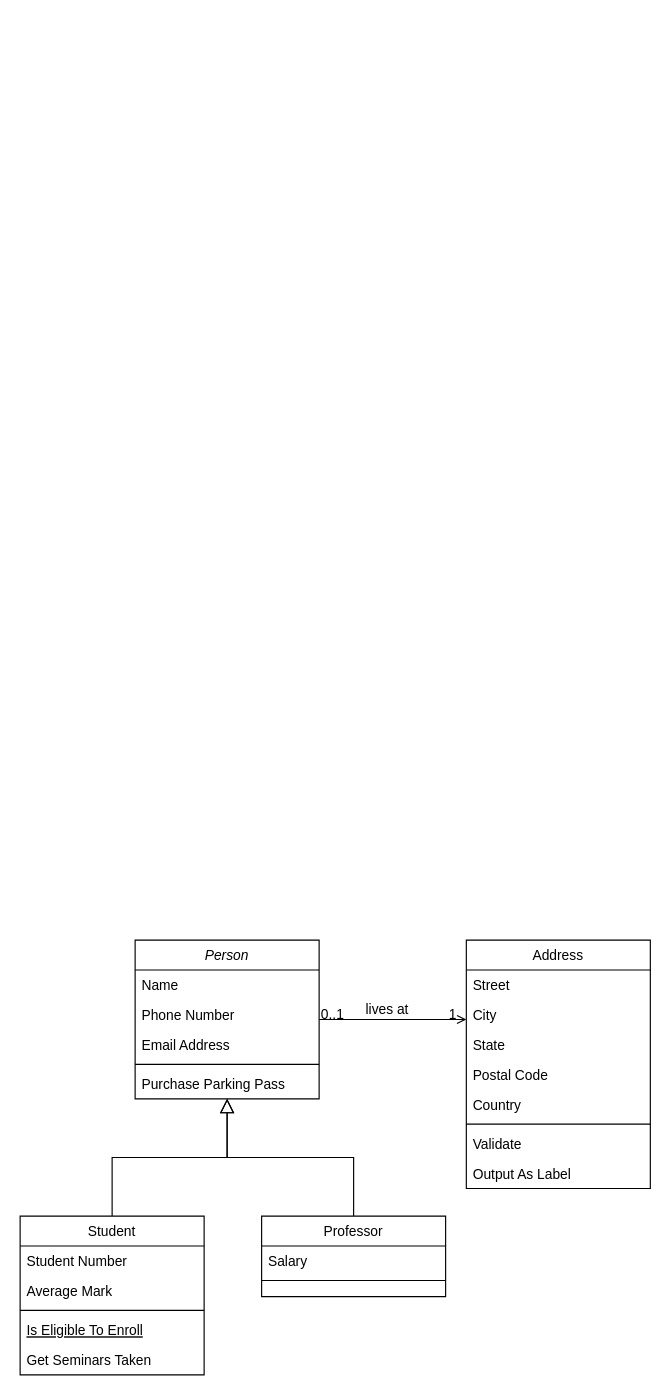
Above: 通用订单资料设计.drawio in Rmttf/draw.io-diagrams (draw.io), before the change. Source tidied: cells renumbered, new cells numbered last; positions are measured from the earlier drawing's top-left corner, leaving out a move shared by most shapes. Both pictures are drawn from the tidied source at 115%, with x=0, y=0 at pixel (20, 940).
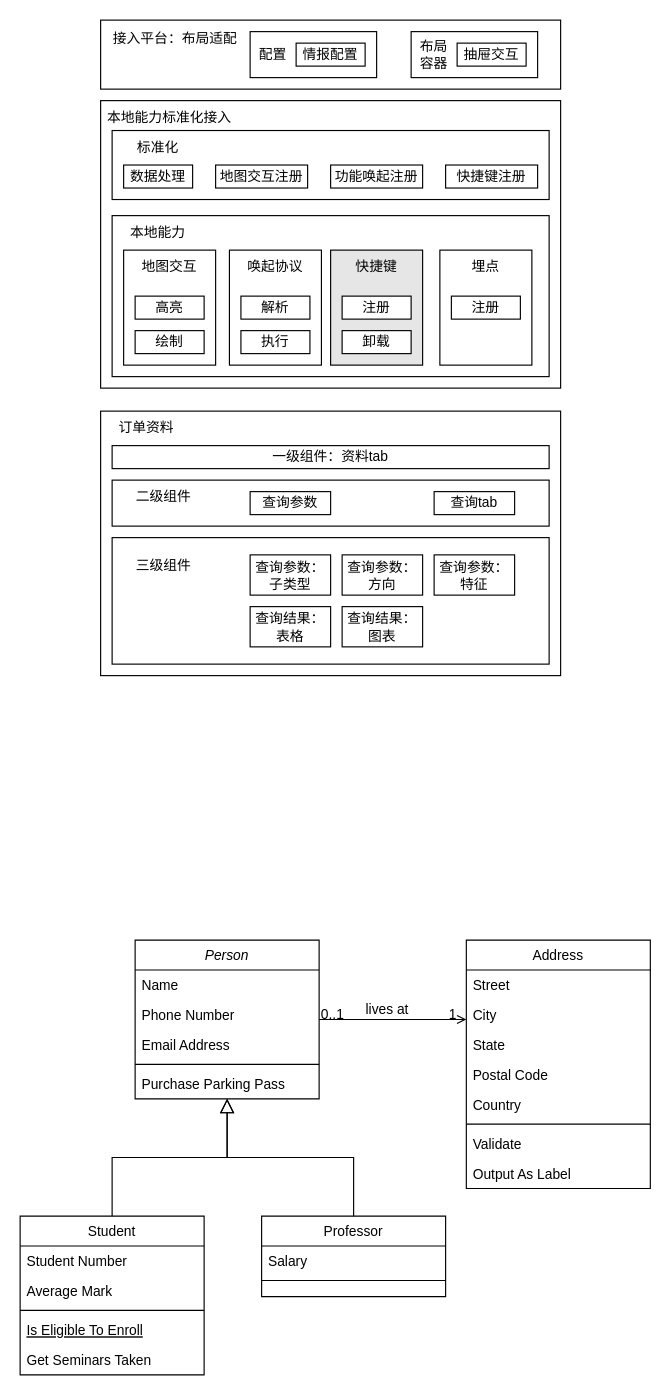
The same diagram, later.

Commit message:
更新通用订单资料设计.drawio

Diff of the diagram source:
```diff
@@
+    <mxCell id="32" style="rounded=0;whiteSpace=wrap;html=1;" parent="1" vertex="1">
+      <mxGeometry x="70" y="-460" width="400" height="230" as="geometry" />
+    </mxCell>
+    <mxCell id="33" style="rounded=0;whiteSpace=wrap;html=1;" parent="1" vertex="1">
+      <mxGeometry x="80" y="-350" width="380" height="110" as="geometry" />
+    </mxCell>
+    <mxCell id="34" style="rounded=0;whiteSpace=wrap;html=1;" parent="1" vertex="1">
+      <mxGeometry x="70" y="-730" width="400" height="250" as="geometry" />
+    </mxCell>
+    <mxCell id="35" value="本地能力标准化接入" style="text;html=1;align=center;verticalAlign=middle;whiteSpace=wrap;rounded=0;" parent="1" vertex="1">
+      <mxGeometry x="70" y="-730" width="120" height="30" as="geometry" />
+    </mxCell>
+    <mxCell id="36" value="订单资料" style="text;html=1;align=center;verticalAlign=middle;whiteSpace=wrap;rounded=0;" parent="1" vertex="1">
+      <mxGeometry x="70" y="-460" width="80" height="30" as="geometry" />
+    </mxCell>
+    <mxCell id="37" value="一级组件：资料tab" style="rounded=0;whiteSpace=wrap;html=1;" parent="1" vertex="1">
+      <mxGeometry x="80" y="-430" width="380" height="20" as="geometry" />
+    </mxCell>
+    <mxCell id="38" style="rounded=0;whiteSpace=wrap;html=1;" parent="1" vertex="1">
+      <mxGeometry x="70" y="-800" width="400" height="60" as="geometry" />
+    </mxCell>
+    <mxCell id="39" value="&lt;span&gt;&lt;div style=&quot;line-height: 150%;&quot; class=&quot;ql-direction-ltr ql-long-10000050646&quot;&gt;&lt;span style=&quot;&quot; class=&quot;ql-author-10000050646&quot;&gt;&lt;font style=&quot;font-size: 12px;&quot;&gt;接入平台：布局适配&lt;/font&gt;&lt;/span&gt;&lt;/div&gt;&lt;/span&gt;" style="text;html=1;align=center;verticalAlign=middle;whiteSpace=wrap;rounded=0;" parent="1" vertex="1">
+      <mxGeometry x="70" y="-800" width="130" height="30" as="geometry" />
+    </mxCell>
+    <mxCell id="40" style="rounded=0;whiteSpace=wrap;html=1;" parent="1" vertex="1">
+      <mxGeometry x="340" y="-790" width="110" height="40" as="geometry" />
+    </mxCell>
+    <mxCell id="41" value="抽屉交互" style="rounded=0;whiteSpace=wrap;html=1;" parent="1" vertex="1">
+      <mxGeometry x="380" y="-780" width="60" height="20" as="geometry" />
+    </mxCell>
+    <mxCell id="42" value="查询参数：子类型" style="rounded=0;whiteSpace=wrap;html=1;" parent="1" vertex="1">
+      <mxGeometry x="200" y="-335" width="70" height="35" as="geometry" />
+    </mxCell>
+    <mxCell id="43" value="三级组件" style="text;html=1;align=center;verticalAlign=middle;whiteSpace=wrap;rounded=0;" parent="1" vertex="1">
+      <mxGeometry x="90" y="-340" width="70" height="30" as="geometry" />
+    </mxCell>
+    <mxCell id="44" value="布局&lt;div&gt;容器&lt;/div&gt;" style="text;html=1;align=center;verticalAlign=middle;whiteSpace=wrap;rounded=0;" parent="1" vertex="1">
+      <mxGeometry x="345" y="-785" width="30" height="30" as="geometry" />
+    </mxCell>
+    <mxCell id="45" style="rounded=0;whiteSpace=wrap;html=1;" parent="1" vertex="1">
+      <mxGeometry x="200" y="-790" width="110" height="40" as="geometry" />
+    </mxCell>
+    <mxCell id="46" value="配置" style="text;html=1;align=center;verticalAlign=middle;whiteSpace=wrap;rounded=0;" parent="1" vertex="1">
+      <mxGeometry x="205" y="-785" width="30" height="30" as="geometry" />
+    </mxCell>
+    <mxCell id="47" value="情报配置" style="rounded=0;whiteSpace=wrap;html=1;" parent="1" vertex="1">
+      <mxGeometry x="240" y="-780" width="60" height="20" as="geometry" />
+    </mxCell>
+    <mxCell id="48" style="rounded=0;whiteSpace=wrap;html=1;" parent="1" vertex="1">
+      <mxGeometry x="80" y="-704" width="380" height="60" as="geometry" />
+    </mxCell>
+    <mxCell id="49" value="标准化" style="text;html=1;align=center;verticalAlign=middle;whiteSpace=wrap;rounded=0;" parent="1" vertex="1">
+      <mxGeometry x="80" y="-704" width="80" height="30" as="geometry" />
+    </mxCell>
+    <mxCell id="50" value="数据处理" style="rounded=0;whiteSpace=wrap;html=1;" parent="1" vertex="1">
+      <mxGeometry x="90" y="-674" width="60" height="20" as="geometry" />
+    </mxCell>
+    <mxCell id="51" value="地图交互注册" style="rounded=0;whiteSpace=wrap;html=1;" parent="1" vertex="1">
+      <mxGeometry x="170" y="-674" width="80" height="20" as="geometry" />
+    </mxCell>
+    <mxCell id="52" value="功能唤起注册" style="rounded=0;whiteSpace=wrap;html=1;" parent="1" vertex="1">
+      <mxGeometry x="270" y="-674" width="80" height="20" as="geometry" />
+    </mxCell>
+    <mxCell id="53" value="快捷键注册" style="rounded=0;whiteSpace=wrap;html=1;" parent="1" vertex="1">
+      <mxGeometry x="370" y="-674" width="80" height="20" as="geometry" />
+    </mxCell>
+    <mxCell id="54" style="rounded=0;whiteSpace=wrap;html=1;" parent="1" vertex="1">
+      <mxGeometry x="80" y="-630" width="380" height="140" as="geometry" />
+    </mxCell>
+    <mxCell id="55" value="本地能力" style="text;html=1;align=center;verticalAlign=middle;whiteSpace=wrap;rounded=0;" parent="1" vertex="1">
+      <mxGeometry x="80" y="-630" width="80" height="30" as="geometry" />
+    </mxCell>
+    <mxCell id="56" style="rounded=0;whiteSpace=wrap;html=1;" parent="1" vertex="1">
+      <mxGeometry x="90" y="-600" width="80" height="100" as="geometry" />
+    </mxCell>
+    <mxCell id="57" value="高亮" style="rounded=0;whiteSpace=wrap;html=1;" parent="1" vertex="1">
+      <mxGeometry x="100" y="-560" width="60" height="20" as="geometry" />
+    </mxCell>
+    <mxCell id="58" value="绘制" style="rounded=0;whiteSpace=wrap;html=1;" parent="1" vertex="1">
+      <mxGeometry x="100" y="-530" width="60" height="20" as="geometry" />
+    </mxCell>
+    <mxCell id="59" value="地图交互" style="text;html=1;align=center;verticalAlign=middle;whiteSpace=wrap;rounded=0;" parent="1" vertex="1">
+      <mxGeometry x="90" y="-600" width="80" height="30" as="geometry" />
+    </mxCell>
+    <mxCell id="60" style="rounded=0;whiteSpace=wrap;html=1;" parent="1" vertex="1">
+      <mxGeometry x="182" y="-600" width="80" height="100" as="geometry" />
+    </mxCell>
+    <mxCell id="61" value="解析" style="rounded=0;whiteSpace=wrap;html=1;" parent="1" vertex="1">
+      <mxGeometry x="192" y="-560" width="60" height="20" as="geometry" />
+    </mxCell>
+    <mxCell id="62" value="执行" style="rounded=0;whiteSpace=wrap;html=1;" parent="1" vertex="1">
+      <mxGeometry x="192" y="-530" width="60" height="20" as="geometry" />
+    </mxCell>
+    <mxCell id="63" value="唤起协议" style="text;html=1;align=center;verticalAlign=middle;whiteSpace=wrap;rounded=0;" parent="1" vertex="1">
+      <mxGeometry x="182" y="-600" width="80" height="30" as="geometry" />
+    </mxCell>
+    <mxCell id="64" style="rounded=0;whiteSpace=wrap;html=1;fillColor=#E6E6E6;" parent="1" vertex="1">
+      <mxGeometry x="270" y="-600" width="80" height="100" as="geometry" />
+    </mxCell>
+    <mxCell id="65" value="注册" style="rounded=0;whiteSpace=wrap;html=1;" parent="1" vertex="1">
+      <mxGeometry x="280" y="-560" width="60" height="20" as="geometry" />
+    </mxCell>
+    <mxCell id="66" value="卸载" style="rounded=0;whiteSpace=wrap;html=1;" parent="1" vertex="1">
+      <mxGeometry x="280" y="-530" width="60" height="20" as="geometry" />
+    </mxCell>
+    <mxCell id="67" value="快捷键" style="text;html=1;align=center;verticalAlign=middle;whiteSpace=wrap;rounded=0;" parent="1" vertex="1">
+      <mxGeometry x="270" y="-600" width="80" height="30" as="geometry" />
+    </mxCell>
+    <mxCell id="68" style="rounded=0;whiteSpace=wrap;html=1;fillColor=none;" parent="1" vertex="1">
+      <mxGeometry x="365" y="-600" width="80" height="100" as="geometry" />
+    </mxCell>
+    <mxCell id="69" value="注册" style="rounded=0;whiteSpace=wrap;html=1;" parent="1" vertex="1">
+      <mxGeometry x="375" y="-560" width="60" height="20" as="geometry" />
+    </mxCell>
+    <mxCell id="70" value="埋点" style="text;html=1;align=center;verticalAlign=middle;whiteSpace=wrap;rounded=0;" parent="1" vertex="1">
+      <mxGeometry x="365" y="-600" width="80" height="30" as="geometry" />
+    </mxCell>
+    <mxCell id="71" style="rounded=0;whiteSpace=wrap;html=1;" parent="1" vertex="1">
+      <mxGeometry x="80" y="-400" width="380" height="40" as="geometry" />
+    </mxCell>
+    <mxCell id="72" value="二级组件" style="text;html=1;align=center;verticalAlign=middle;whiteSpace=wrap;rounded=0;" parent="1" vertex="1">
+      <mxGeometry x="80" y="-400" width="90" height="30" as="geometry" />
+    </mxCell>
+    <mxCell id="73" value="查询参数" style="rounded=0;whiteSpace=wrap;html=1;" parent="1" vertex="1">
+      <mxGeometry x="200" y="-390" width="70" height="20" as="geometry" />
+    </mxCell>
+    <mxCell id="74" value="查询tab" style="rounded=0;whiteSpace=wrap;html=1;" parent="1" vertex="1">
+      <mxGeometry x="360" y="-390" width="70" height="20" as="geometry" />
+    </mxCell>
+    <mxCell id="75" value="查询参数：方向" style="rounded=0;whiteSpace=wrap;html=1;" parent="1" vertex="1">
+      <mxGeometry x="280" y="-335" width="70" height="35" as="geometry" />
+    </mxCell>
+    <mxCell id="76" value="查询参数：特征" style="rounded=0;whiteSpace=wrap;html=1;" parent="1" vertex="1">
+      <mxGeometry x="360" y="-335" width="70" height="35" as="geometry" />
+    </mxCell>
+    <mxCell id="77" value="查询结果：表格" style="rounded=0;whiteSpace=wrap;html=1;" parent="1" vertex="1">
+      <mxGeometry x="200" y="-290" width="70" height="35" as="geometry" />
+    </mxCell>
+    <mxCell id="78" value="查询结果：&lt;div&gt;图表&lt;/div&gt;" style="rounded=0;whiteSpace=wrap;html=1;" parent="1" vertex="1">
+      <mxGeometry x="280" y="-290" width="70" height="35" as="geometry" />
+    </mxCell>
```
